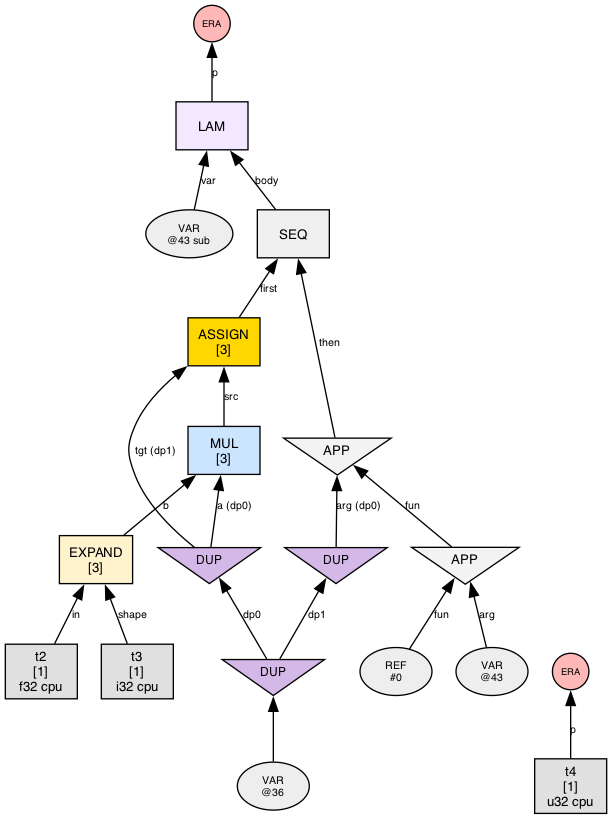
Before: phase1_graphs/loop_assign_simple/n0_steps/step_005_state_no_highlight.png, a diagram exported from Graphviz (sw1sh/TinyHVM). Its source is kept beside it as phase1_graphs/loop_assign_simple/n0_steps/step_005_state_no_highlight.dot.
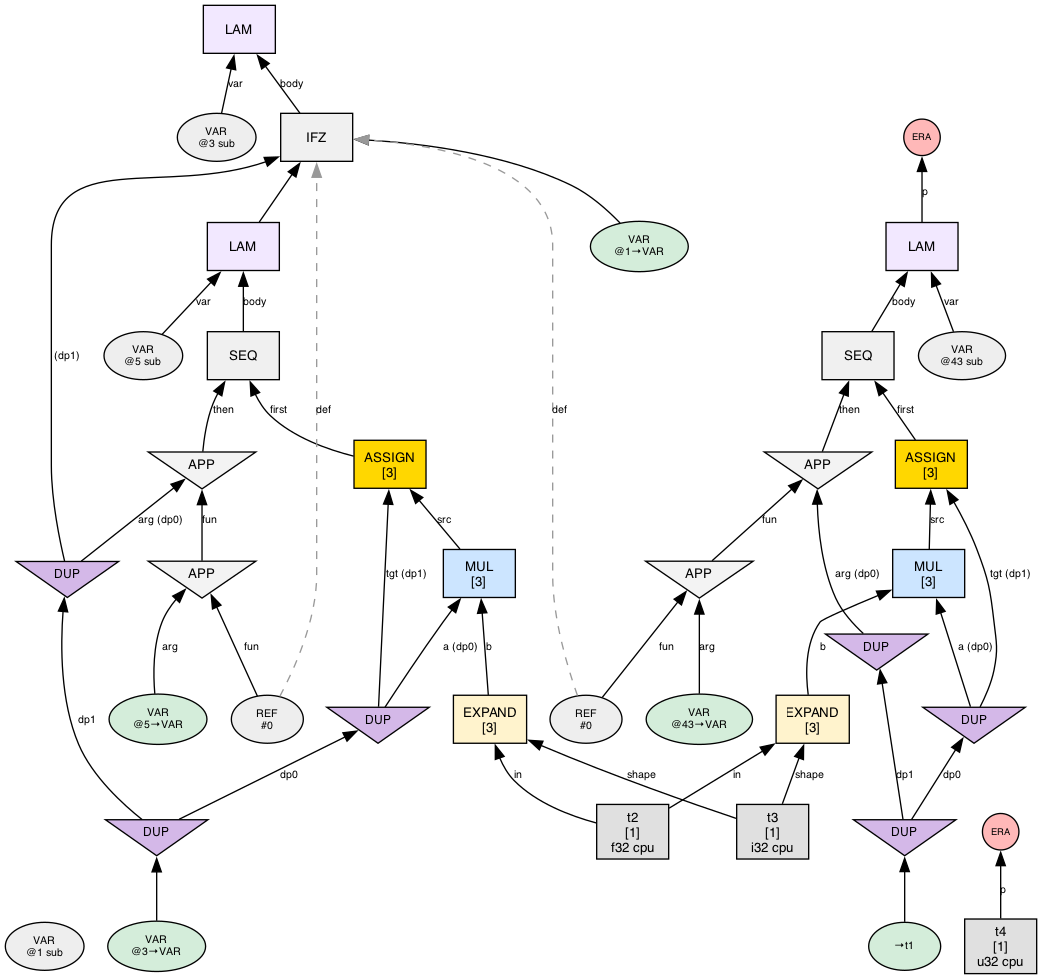
After the change.

Diff of the diagram source:
```diff
@@ -3,6 +3,50 @@
   node [fontname="Helvetica", fontsize=10, style=filled, shape=box, margin="0.1,0.05"];
   edge [fontsize=8, fontname="Helvetica"];
 
+  var1 [label="VAR\n@1 sub", shape=oval, fillcolor="#eeeeee", fontsize=8];
+  n3 [label="LAM", shape=box, fillcolor="#f2e8ff"];
+  var3 [label="VAR\n@3 sub", shape=oval, fillcolor="#eeeeee", fontsize=8];
+  var3 -> n3 [label="var"];
+  n26 -> n3 [label="body"];
+  n26 [label="IFZ", shape=box, fillcolor="#f0f0f0"];
+  var26 [label="VAR\n@1→VAR", shape=oval, fillcolor="#d4edda", fontsize=8];
+  var26 -> n26 [label=""];
+  dup9 [label="DUP", shape=invtriangle, fillcolor="#d4b8e8", fontsize=9, width=0.7, height=0.5];
+  dup7 -> dup9 [label="dp1"];
+  dup7 [label="DUP", shape=invtriangle, fillcolor="#d4b8e8", fontsize=9, width=0.7, height=0.5];
+  var7 [label="VAR\n@3→VAR", shape=oval, fillcolor="#d4edda", fontsize=8];
+  var7 -> dup7;
+  dup9 -> n26 [label=" (dp1)"];
+  n5 -> n26 [label=""];
+  var5 [label="VAR\n@5 sub", shape=oval, fillcolor="#eeeeee", fontsize=8];
+  n24 [label="SEQ", shape=box, fillcolor="#f0f0f0"];
+  n18 -> n24 [label="first"];
+  n22 -> n24 [label="then"];
+  n10 [label="EXPAND\n[3]", shape=box, fillcolor="#fff3cd"];
+  t2 [label="t2\n[1]\nf32 cpu",shape=box,fillcolor="#e0e0e0"];
+  t2 -> n10 [label="in"];
+  t3 [label="t3\n[1]\ni32 cpu",shape=box,fillcolor="#e0e0e0"];
+  t3 -> n10 [label="shape"];
+  n14 [label="MUL\n[3]", shape=box, fillcolor="#cce5ff"];
+  dup8 [label="DUP", shape=invtriangle, fillcolor="#d4b8e8", fontsize=9, width=0.7, height=0.5];
+  dup7 -> dup8 [label="dp0"];
+  dup8 -> n14 [label="a (dp0)"];
+  n10 -> n14 [label="b"];
+  ref20 [label="REF\n#0", shape=oval, fillcolor="#eeeeee", fontsize=8];
+  ref20 -> n26 [style=dashed, color="#999999", label="def"];
+  n20 [label="APP", shape=invtriangle, fillcolor="#f3f3f3"];
+  ref20 -> n20 [label="fun"];
+  var21 [label="VAR\n@5→VAR", shape=oval, fillcolor="#d4edda", fontsize=8];
+  var21 -> n20 [label="arg"];
+  n18 [label="ASSIGN\n[3]", shape=box, fillcolor="#ffd700"];
+  dup8 -> n18 [label="tgt (dp1)"];
+  n14 -> n18 [label="src"];
+  n22 [label="APP", shape=invtriangle, fillcolor="#f3f3f3"];
+  n20 -> n22 [label="fun"];
+  dup9 -> n22 [label="arg (dp0)"];
+  n5 [label="LAM", shape=box, fillcolor="#f2e8ff"];
+  var5 -> n5 [label="var"];
+  n24 -> n5 [label="body"];
   n43 [label="LAM", shape=box, fillcolor="#f2e8ff"];
   var43 [label="VAR\n@43 sub", shape=oval, fillcolor="#eeeeee", fontsize=8];
   var43 -> n43 [label="var"];
@@ -14,7 +58,7 @@
   dup49 [label="DUP", shape=invtriangle, fillcolor="#d4b8e8", fontsize=9, width=0.7, height=0.5];
   dup42 -> dup49 [label="dp0"];
   dup42 [label="DUP", shape=invtriangle, fillcolor="#d4b8e8", fontsize=9, width=0.7, height=0.5];
-  var42 [label="VAR\n@36", shape=oval, fillcolor="#eeeeee", fontsize=8];
+  var42 [label="→t1", shape=oval, fillcolor="#d4edda", fontsize=8];
   var42 -> dup42;
   dup49 -> n47 [label="tgt (dp1)"];
   n50 -> n47 [label="src"];
@@ -27,15 +71,14 @@
   dup49 -> n50 [label="a (dp0)"];
   n52 -> n50 [label="b"];
   n52 [label="EXPAND\n[3]", shape=box, fillcolor="#fff3cd"];
-  t2 [label="t2\n[1]\nf32 cpu",shape=box,fillcolor="#e0e0e0"];
   t2 -> n52 [label="in"];
-  t3 [label="t3\n[1]\ni32 cpu",shape=box,fillcolor="#e0e0e0"];
   t3 -> n52 [label="shape"];
   n56 [label="APP", shape=invtriangle, fillcolor="#f3f3f3"];
   ref56 [label="REF\n#0", shape=oval, fillcolor="#eeeeee", fontsize=8];
   ref56 -> n56 [label="fun"];
-  var57 [label="VAR\n@43", shape=oval, fillcolor="#eeeeee", fontsize=8];
+  var57 [label="VAR\n@43→VAR", shape=oval, fillcolor="#d4edda", fontsize=8];
   var57 -> n56 [label="arg"];
+  ref56 -> n26 [style=dashed, color="#999999", label="def"];
   era59 [label="ERA",shape=circle,width=0.38,height=0.38,fixedsize=true,fillcolor="#ffb8b8",fontsize=7];
   t4 [label="t4\n[1]\nu32 cpu",shape=box,fillcolor="#e0e0e0"];
   t4 -> era59 [label="p"];
```
